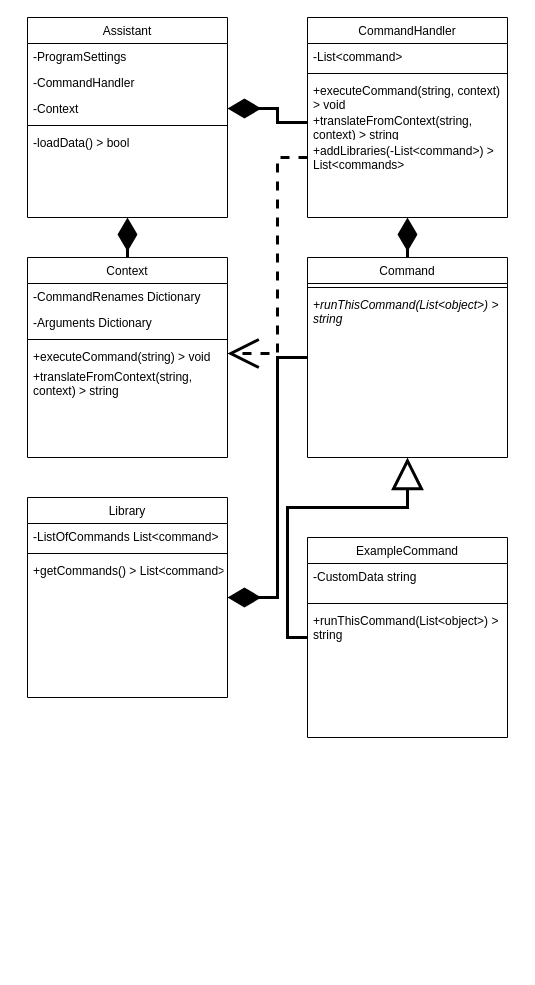
This is class diagram.drawio from oldmartijntje/virtual-assistant, a draw.io file, before an edit. Source tidied: cells renumbered, new cells numbered last; positions are measured from the earlier drawing's top-left corner, leaving out a move shared by most shapes. Both pictures are drawn from the tidied source at 100%, with x=0, y=0 at pixel (27, 17).
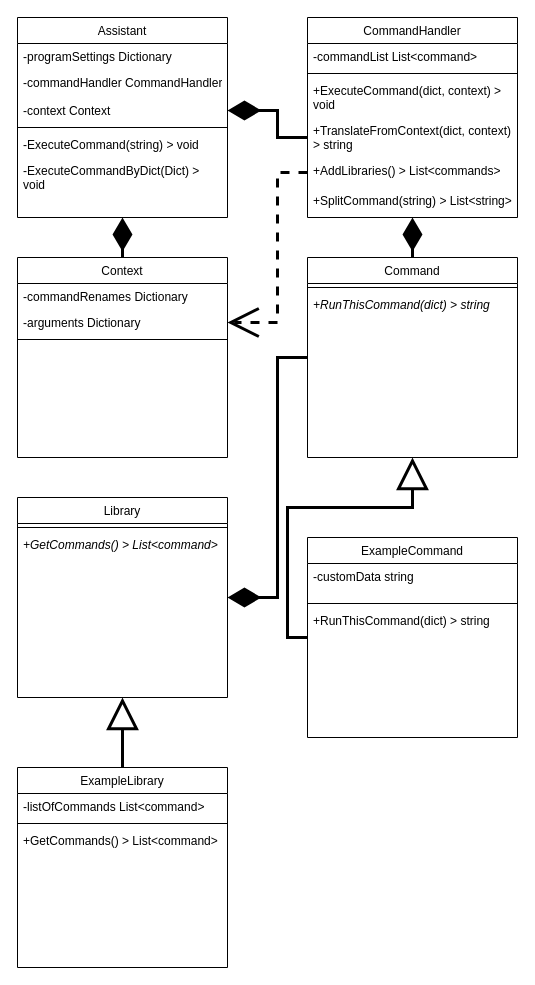
The same diagram, later.

Diff of the diagram source:
```diff
@@
     <mxCell id="2" value="Assistant" style="swimlane;fontStyle=0;align=center;verticalAlign=top;horizontal=1;startSize=26;rounded=0;shadow=0;strokeWidth=1;" parent="1" vertex="1">
-      <mxGeometry width="200" height="200" as="geometry" />
+      <mxGeometry x="-10" width="210" height="200" as="geometry" />
     </mxCell>
-    <mxCell id="3" value="-ProgramSettings" style="text;align=left;verticalAlign=top;spacingLeft=4;spacingRight=4;overflow=hidden;" parent="2" vertex="1">
-      <mxGeometry y="26" width="200" height="26" as="geometry" />
+    <mxCell id="3" value="-programSettings Dictionary" style="text;align=left;verticalAlign=top;spacingLeft=4;spacingRight=4;overflow=hidden;" parent="2" vertex="1">
+      <mxGeometry y="26" width="210" height="26" as="geometry" />
     </mxCell>
-    <mxCell id="4" value="-CommandHandler" style="text;align=left;verticalAlign=top;spacingLeft=4;spacingRight=4;overflow=hidden;" parent="2" vertex="1">
-      <mxGeometry y="52" width="200" height="26" as="geometry" />
+    <mxCell id="4" value="-commandHandler CommandHandler" style="text;align=left;verticalAlign=top;spacingLeft=4;spacingRight=4;overflow=hidden;whiteSpace=wrap;" parent="2" vertex="1">
+      <mxGeometry y="52" width="210" height="28" as="geometry" />
     </mxCell>
-    <mxCell id="5" value="-Context" style="text;align=left;verticalAlign=top;spacingLeft=4;spacingRight=4;overflow=hidden;points=[[0,0.5],[1,0.5]];portConstraint=eastwest;" parent="2" vertex="1">
-      <mxGeometry y="78" width="200" height="26" as="geometry" />
+    <mxCell id="5" value="-context Context" style="text;align=left;verticalAlign=top;spacingLeft=4;spacingRight=4;overflow=hidden;points=[[0,0.5],[1,0.5]];portConstraint=eastwest;" parent="2" vertex="1">
+      <mxGeometry y="80" width="210" height="26" as="geometry" />
     </mxCell>
     <mxCell id="6" style="line;html=1;strokeWidth=1;align=left;verticalAlign=middle;spacingTop=-1;spacingLeft=3;spacingRight=3;labelPosition=right;" parent="2" vertex="1">
-      <mxGeometry y="104" width="200" height="8" as="geometry" />
+      <mxGeometry y="106" width="210" height="8" as="geometry" />
     </mxCell>
-    <mxCell id="7" value="-loadData() &gt; bool" style="text;align=left;verticalAlign=top;spacingLeft=4;spacingRight=4;overflow=hidden;" parent="2" vertex="1">
-      <mxGeometry y="112" width="200" height="26" as="geometry" />
+    <mxCell id="7" value="-ExecuteCommand(string) &gt; void" style="text;align=left;verticalAlign=top;spacingLeft=4;spacingRight=4;overflow=hidden;" parent="2" vertex="1">
+      <mxGeometry y="114" width="210" height="26" as="geometry" />
     </mxCell>
+    <mxCell id="37" value="-ExecuteCommandByDict(Dict) &gt; void" style="text;align=left;verticalAlign=top;spacingLeft=4;spacingRight=4;overflow=hidden;whiteSpace=wrap;" parent="2" vertex="1">
+      <mxGeometry y="140" width="210" height="40" as="geometry" />
+    </mxCell>
     <mxCell id="8" value="CommandHandler" style="swimlane;fontStyle=0;align=center;verticalAlign=top;horizontal=1;startSize=26;rounded=0;shadow=0;strokeWidth=1;" parent="1" vertex="1">
-      <mxGeometry x="280" width="200" height="200" as="geometry" />
+      <mxGeometry x="280" width="210" height="200" as="geometry" />
     </mxCell>
-    <mxCell id="9" value="-List&lt;command&gt;" style="text;align=left;verticalAlign=top;spacingLeft=4;spacingRight=4;overflow=hidden;" parent="8" vertex="1">
-      <mxGeometry y="26" width="200" height="26" as="geometry" />
+    <mxCell id="9" value="-commandList List&lt;command&gt;" style="text;align=left;verticalAlign=top;spacingLeft=4;spacingRight=4;overflow=hidden;" parent="8" vertex="1">
+      <mxGeometry y="26" width="210" height="26" as="geometry" />
     </mxCell>
     <mxCell id="10" style="line;html=1;strokeWidth=1;align=left;verticalAlign=middle;spacingTop=-1;spacingLeft=3;spacingRight=3;labelPosition=right;" parent="8" vertex="1">
-      <mxGeometry y="52" width="200" height="8" as="geometry" />
+      <mxGeometry y="52" width="210" height="8" as="geometry" />
     </mxCell>
-    <mxCell id="11" value="+executeCommand(string, context) &gt; void " style="text;align=left;verticalAlign=top;spacingLeft=4;spacingRight=4;overflow=hidden;whiteSpace=wrap;" parent="8" vertex="1">
-      <mxGeometry y="60" width="200" height="30" as="geometry" />
+    <mxCell id="11" value="+ExecuteCommand(dict, context) &gt; void " style="text;align=left;verticalAlign=top;spacingLeft=4;spacingRight=4;overflow=hidden;whiteSpace=wrap;" parent="8" vertex="1">
+      <mxGeometry y="60" width="210" height="40" as="geometry" />
     </mxCell>
-    <mxCell id="12" value="+translateFromContext(string, context) &gt; string " style="text;align=left;verticalAlign=top;spacingLeft=4;spacingRight=4;overflow=hidden;points=[[0,0.5],[1,0.5]];portConstraint=eastwest;whiteSpace=wrap;" parent="8" vertex="1">
-      <mxGeometry y="90" width="200" height="30" as="geometry" />
+    <mxCell id="12" value="+TranslateFromContext(dict, context) &gt; string " style="text;align=left;verticalAlign=top;spacingLeft=4;spacingRight=4;overflow=hidden;points=[[0,0.5],[1,0.5]];portConstraint=eastwest;whiteSpace=wrap;" parent="8" vertex="1">
+      <mxGeometry y="100" width="210" height="40" as="geometry" />
     </mxCell>
-    <mxCell id="13" value="+addLibraries(-List&lt;command&gt;) &gt; List&lt;commands&gt;" style="text;align=left;verticalAlign=top;spacingLeft=4;spacingRight=4;overflow=hidden;points=[[0,0.5],[1,0.5]];portConstraint=eastwest;whiteSpace=wrap;" parent="8" vertex="1">
-      <mxGeometry y="120" width="200" height="40" as="geometry" />
+    <mxCell id="13" value="+AddLibraries() &gt; List&lt;commands&gt;" style="text;align=left;verticalAlign=top;spacingLeft=4;spacingRight=4;overflow=hidden;points=[[0,0.5],[1,0.5]];portConstraint=eastwest;whiteSpace=wrap;" parent="8" vertex="1">
+      <mxGeometry y="140" width="210" height="30" as="geometry" />
     </mxCell>
+    <mxCell id="38" value="+SplitCommand(string) &gt; List&lt;string&gt;" style="text;align=left;verticalAlign=top;spacingLeft=4;spacingRight=4;overflow=hidden;whiteSpace=wrap;" parent="8" vertex="1">
+      <mxGeometry y="170" width="210" height="30" as="geometry" />
+    </mxCell>
@@
     <mxCell id="15" value="Context" style="swimlane;fontStyle=0;align=center;verticalAlign=top;horizontal=1;startSize=26;rounded=0;shadow=0;strokeWidth=1;" parent="1" vertex="1">
-      <mxGeometry y="240" width="200" height="200" as="geometry" />
+      <mxGeometry x="-10" y="240" width="210" height="200" as="geometry" />
     </mxCell>
-    <mxCell id="16" value="-CommandRenames Dictionary" style="text;align=left;verticalAlign=top;spacingLeft=4;spacingRight=4;overflow=hidden;" parent="15" vertex="1">
-      <mxGeometry y="26" width="200" height="26" as="geometry" />
+    <mxCell id="16" value="-commandRenames Dictionary" style="text;align=left;verticalAlign=top;spacingLeft=4;spacingRight=4;overflow=hidden;" parent="15" vertex="1">
+      <mxGeometry y="26" width="210" height="26" as="geometry" />
     </mxCell>
-    <mxCell id="17" value="-Arguments Dictionary" style="text;align=left;verticalAlign=top;spacingLeft=4;spacingRight=4;overflow=hidden;points=[[0,0.5],[1,0.5]];portConstraint=eastwest;" parent="15" vertex="1">
-      <mxGeometry y="52" width="200" height="26" as="geometry" />
+    <mxCell id="17" value="-arguments Dictionary" style="text;align=left;verticalAlign=top;spacingLeft=4;spacingRight=4;overflow=hidden;points=[[0,0.5],[1,0.5]];portConstraint=eastwest;" parent="15" vertex="1">
+      <mxGeometry y="52" width="210" height="26" as="geometry" />
     </mxCell>
     <mxCell id="18" style="line;html=1;strokeWidth=1;align=left;verticalAlign=middle;spacingTop=-1;spacingLeft=3;spacingRight=3;labelPosition=right;" parent="15" vertex="1">
-      <mxGeometry y="78" width="200" height="8" as="geometry" />
+      <mxGeometry y="78" width="210" height="8" as="geometry" />
     </mxCell>
-    <mxCell id="19" value="+executeCommand(string) &gt; void " style="text;align=left;verticalAlign=top;spacingLeft=4;spacingRight=4;overflow=hidden;points=[[0,0.5],[1,0.5]];portConstraint=eastwest;whiteSpace=wrap;" parent="15" vertex="1">
-      <mxGeometry y="86" width="200" height="20" as="geometry" />
-    </mxCell>
-    <mxCell id="20" value="+translateFromContext(string, context) &gt; string " style="text;align=left;verticalAlign=top;spacingLeft=4;spacingRight=4;overflow=hidden;whiteSpace=wrap;" parent="15" vertex="1">
-      <mxGeometry y="106" width="200" height="40" as="geometry" />
-    </mxCell>
     <mxCell id="21" value="Library" style="swimlane;fontStyle=0;align=center;verticalAlign=top;horizontal=1;startSize=26;rounded=0;shadow=0;strokeWidth=1;" parent="1" vertex="1">
-      <mxGeometry y="480" width="200" height="200" as="geometry" />
+      <mxGeometry x="-10" y="480" width="210" height="200" as="geometry" />
     </mxCell>
-    <mxCell id="22" value="-ListOfCommands List&lt;command&gt;" style="text;align=left;verticalAlign=top;spacingLeft=4;spacingRight=4;overflow=hidden;" parent="21" vertex="1">
-      <mxGeometry y="26" width="200" height="26" as="geometry" />
-    </mxCell>
     <mxCell id="23" style="line;html=1;strokeWidth=1;align=left;verticalAlign=middle;spacingTop=-1;spacingLeft=3;spacingRight=3;labelPosition=right;" parent="21" vertex="1">
-      <mxGeometry y="52" width="200" height="8" as="geometry" />
+      <mxGeometry y="26" width="210" height="8" as="geometry" />
     </mxCell>
-    <mxCell id="24" value="+getCommands() &gt; List&lt;command&gt;" style="text;align=left;verticalAlign=top;spacingLeft=4;spacingRight=4;overflow=hidden;" parent="21" vertex="1">
-      <mxGeometry y="60" width="200" height="26" as="geometry" />
+    <mxCell id="24" value="+GetCommands() &gt; List&lt;command&gt;" style="text;align=left;verticalAlign=top;spacingLeft=4;spacingRight=4;overflow=hidden;fontStyle=2;" parent="21" vertex="1">
+      <mxGeometry y="34" width="210" height="26" as="geometry" />
     </mxCell>
@@
     <mxCell id="27" value="Command" style="swimlane;fontStyle=0;align=center;verticalAlign=top;horizontal=1;startSize=26;rounded=0;shadow=0;strokeWidth=1;" parent="1" vertex="1">
-      <mxGeometry x="280" y="240" width="200" height="200" as="geometry" />
+      <mxGeometry x="280" y="240" width="210" height="200" as="geometry" />
     </mxCell>
     <mxCell id="28" style="line;html=1;strokeWidth=1;align=left;verticalAlign=middle;spacingTop=-1;spacingLeft=3;spacingRight=3;labelPosition=right;" parent="27" vertex="1">
-      <mxGeometry y="26" width="200" height="8" as="geometry" />
+      <mxGeometry y="26" width="210" height="8" as="geometry" />
     </mxCell>
-    <mxCell id="29" value="+runThisCommand(List&lt;object&gt;) &gt; string" style="text;align=left;verticalAlign=top;spacingLeft=4;spacingRight=4;overflow=hidden;fontStyle=2;whiteSpace=wrap;" parent="27" vertex="1">
-      <mxGeometry y="34" width="200" height="36" as="geometry" />
+    <mxCell id="29" value="+RunThisCommand(dict) &gt; string" style="text;align=left;verticalAlign=top;spacingLeft=4;spacingRight=4;overflow=hidden;fontStyle=2;whiteSpace=wrap;" parent="27" vertex="1">
+      <mxGeometry y="34" width="210" height="36" as="geometry" />
     </mxCell>
@@
-    <mxCell id="31" style="edgeStyle=orthogonalEdgeStyle;rounded=0;jettySize=auto;html=1;entryX=1;entryY=0.5;entryDx=0;entryDy=0;endArrow=open;endFill=0;endSize=25;dashed=1;strokeWidth=3;" parent="1" edge="1" source="13" target="19">
+    <mxCell id="31" style="edgeStyle=orthogonalEdgeStyle;rounded=0;jettySize=auto;html=1;entryX=1;entryY=0.5;entryDx=0;entryDy=0;endArrow=open;endFill=0;endSize=25;dashed=1;strokeWidth=3;" parent="1" edge="1" source="13" target="17">
       <mxGeometry relative="1" as="geometry" />
     </mxCell>
@@
     <mxCell id="33" value="ExampleCommand" style="swimlane;fontStyle=0;align=center;verticalAlign=top;horizontal=1;startSize=26;rounded=0;shadow=0;strokeWidth=1;" parent="1" vertex="1">
-      <mxGeometry x="280" y="520" width="200" height="200" as="geometry" />
+      <mxGeometry x="280" y="520" width="210" height="200" as="geometry" />
     </mxCell>
-    <mxCell id="34" value="-CustomData string" style="text;align=left;verticalAlign=top;spacingLeft=4;spacingRight=4;overflow=hidden;fontStyle=0;whiteSpace=wrap;" parent="33" vertex="1">
-      <mxGeometry y="26" width="200" height="36" as="geometry" />
+    <mxCell id="34" value="-customData string" style="text;align=left;verticalAlign=top;spacingLeft=4;spacingRight=4;overflow=hidden;fontStyle=0;whiteSpace=wrap;" parent="33" vertex="1">
+      <mxGeometry y="26" width="210" height="36" as="geometry" />
     </mxCell>
     <mxCell id="35" style="line;html=1;strokeWidth=1;align=left;verticalAlign=middle;spacingTop=-1;spacingLeft=3;spacingRight=3;labelPosition=right;" parent="33" vertex="1">
-      <mxGeometry y="62" width="200" height="8" as="geometry" />
+      <mxGeometry y="62" width="210" height="8" as="geometry" />
     </mxCell>
-    <mxCell id="36" value="+runThisCommand(List&lt;object&gt;) &gt; string" style="text;align=left;verticalAlign=top;spacingLeft=4;spacingRight=4;overflow=hidden;fontStyle=0;whiteSpace=wrap;" parent="33" vertex="1">
-      <mxGeometry y="70" width="200" height="36" as="geometry" />
+    <mxCell id="36" value="+RunThisCommand(dict) &gt; string" style="text;align=left;verticalAlign=top;spacingLeft=4;spacingRight=4;overflow=hidden;fontStyle=0;whiteSpace=wrap;" parent="33" vertex="1">
+      <mxGeometry y="70" width="210" height="36" as="geometry" />
     </mxCell>
+    <mxCell id="39" style="edgeStyle=orthogonalEdgeStyle;rounded=0;jettySize=auto;html=1;entryX=0.5;entryY=1;entryDx=0;entryDy=0;strokeWidth=3;endArrow=block;endFill=0;endSize=25;" parent="1" edge="1" source="40" target="21">
+      <mxGeometry relative="1" as="geometry" />
+    </mxCell>
+    <mxCell id="40" value="ExampleLibrary" style="swimlane;fontStyle=0;align=center;verticalAlign=top;horizontal=1;startSize=26;rounded=0;shadow=0;strokeWidth=1;" parent="1" vertex="1">
+      <mxGeometry x="-10" y="750" width="210" height="200" as="geometry" />
+    </mxCell>
+    <mxCell id="41" value="-listOfCommands List&lt;command&gt;" style="text;align=left;verticalAlign=top;spacingLeft=4;spacingRight=4;overflow=hidden;" parent="40" vertex="1">
+      <mxGeometry y="26" width="210" height="26" as="geometry" />
+    </mxCell>
+    <mxCell id="42" style="line;html=1;strokeWidth=1;align=left;verticalAlign=middle;spacingTop=-1;spacingLeft=3;spacingRight=3;labelPosition=right;" parent="40" vertex="1">
+      <mxGeometry y="52" width="210" height="8" as="geometry" />
+    </mxCell>
+    <mxCell id="43" value="+GetCommands() &gt; List&lt;command&gt;" style="text;align=left;verticalAlign=top;spacingLeft=4;spacingRight=4;overflow=hidden;fontStyle=0;" parent="40" vertex="1">
+      <mxGeometry y="60" width="210" height="26" as="geometry" />
+    </mxCell>
```
